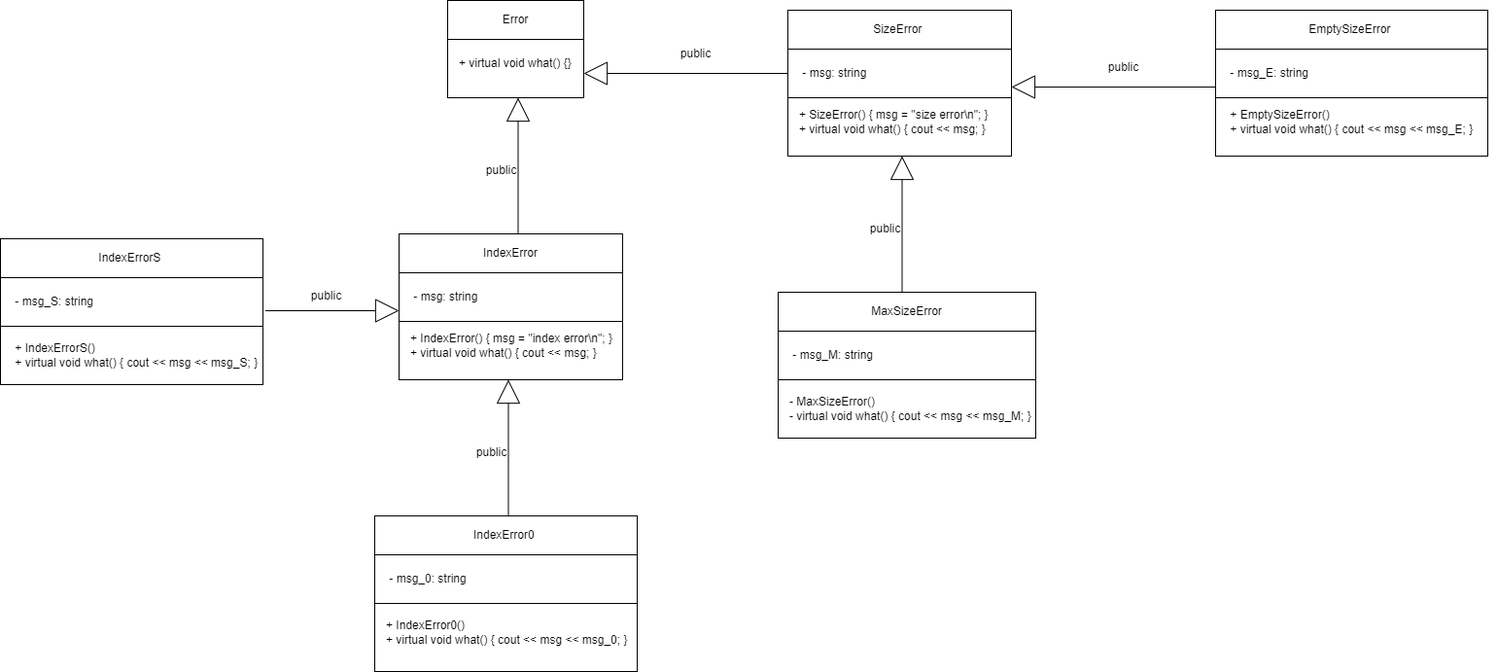
Above: 2 Семестр/Class/Лаба 9/Лаба 9 Классы.png in IlyaFedoseev227/LABS-PNRPU-IVT-22-1b (draw.io), before the change. Source tidied: cells renumbered, new cells last; positions are measured from the earlier drawing's top-left corner, leaving out a move shared by most shapes.
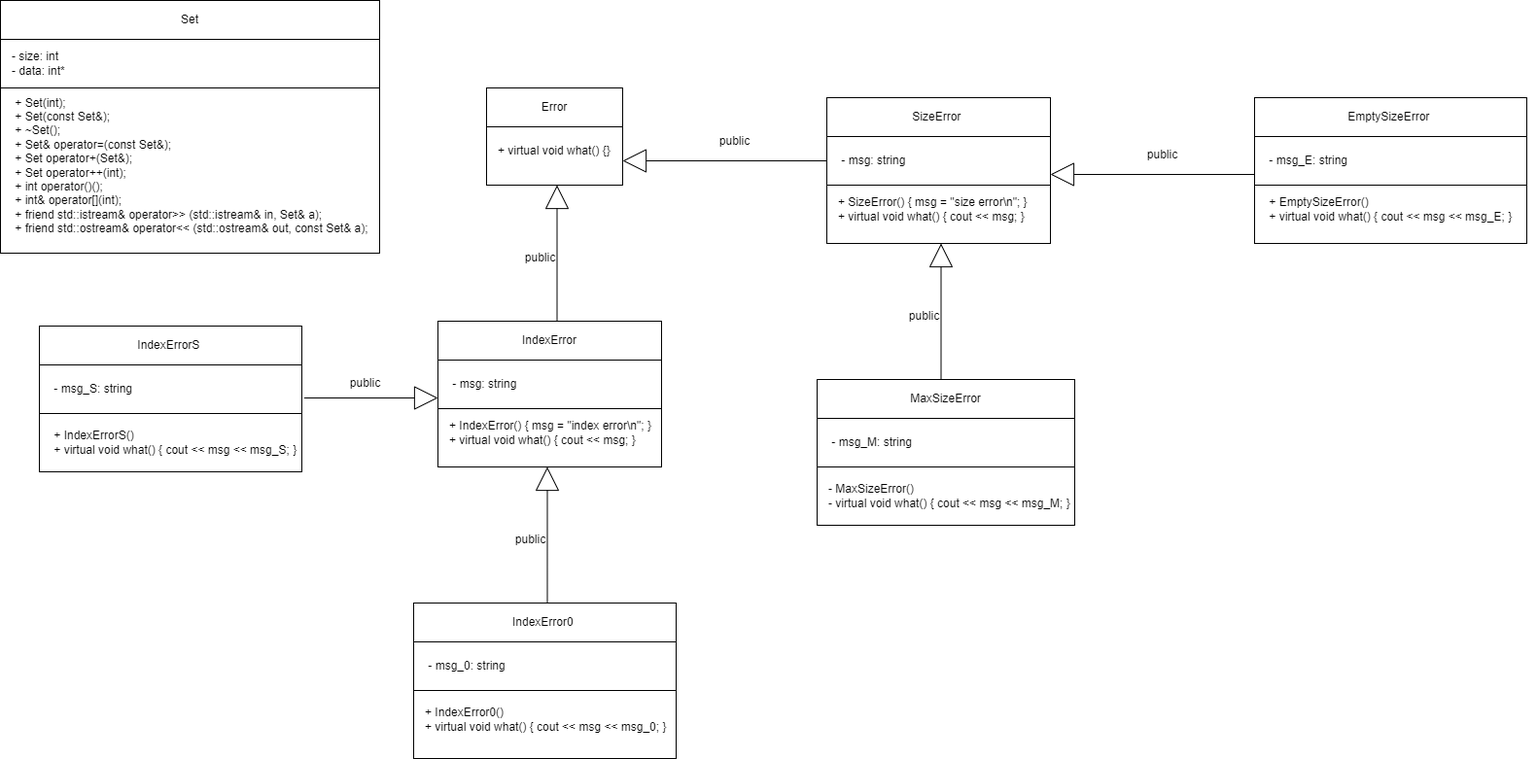
After the change.

Change to the diagram source:
```diff
@@ -152,5 +152,20 @@
     <mxCell id="46" value="public" style="text;html=1;align=center;verticalAlign=middle;strokeColor=none;fillColor=none;" parent="1" vertex="1">
       <mxGeometry x="310" y="289" width="50" height="30" as="geometry" />
     </mxCell>
+    <mxCell id="47" style="rounded=0;whiteSpace=wrap;html=1;" parent="1" vertex="1">
+      <mxGeometry x="-40" y="-90" width="390" height="260" as="geometry" />
+    </mxCell>
+    <mxCell id="48" value="Set" style="rounded=0;whiteSpace=wrap;html=1;" parent="1" vertex="1">
+      <mxGeometry x="-40" y="-90" width="390" height="40" as="geometry" />
+    </mxCell>
+    <mxCell id="49" value="&lt;div&gt;&amp;nbsp; &amp;nbsp; + Set(int);&lt;span style=&quot;&quot;&gt;&lt;/span&gt;&lt;/div&gt;&lt;div&gt;&lt;span style=&quot;&quot;&gt;&lt;span style=&quot;&quot;&gt;&lt;span style=&quot;white-space: pre;&quot;&gt;&amp;nbsp;&amp;nbsp;&amp;nbsp;&amp;nbsp;+ &lt;/span&gt;&lt;/span&gt;Set(const Set&amp;amp;);&lt;/span&gt;&lt;/div&gt;&lt;div&gt;&lt;span style=&quot;&quot;&gt;&lt;span style=&quot;&quot;&gt;&lt;span style=&quot;white-space: pre;&quot;&gt;&amp;nbsp;&amp;nbsp;&amp;nbsp;&amp;nbsp;+ &lt;/span&gt;&lt;/span&gt;~Set();&lt;/span&gt;&lt;/div&gt;&lt;div&gt;&lt;span style=&quot;&quot;&gt;&lt;span style=&quot;&quot;&gt;&lt;span style=&quot;white-space: pre;&quot;&gt;&amp;nbsp;&amp;nbsp;&amp;nbsp;&amp;nbsp;+ &lt;/span&gt;&lt;/span&gt;Set&amp;amp; operator=(const Set&amp;amp;);&lt;/span&gt;&lt;/div&gt;&lt;div&gt;&lt;span style=&quot;&quot;&gt;&lt;span style=&quot;&quot;&gt;&lt;span style=&quot;white-space: pre;&quot;&gt;&amp;nbsp;&amp;nbsp;&amp;nbsp;&amp;nbsp;+ &lt;/span&gt;&lt;/span&gt;Set operator+(Set&amp;amp;);&lt;/span&gt;&lt;/div&gt;&lt;div&gt;&lt;span style=&quot;&quot;&gt;&lt;span style=&quot;&quot;&gt;&lt;span style=&quot;white-space: pre;&quot;&gt;&amp;nbsp;&amp;nbsp;&amp;nbsp;&amp;nbsp;+ &lt;/span&gt;&lt;/span&gt;Set operator++(int);&lt;/span&gt;&lt;/div&gt;&lt;div&gt;&lt;span style=&quot;&quot;&gt;&lt;span style=&quot;&quot;&gt;&lt;span style=&quot;white-space: pre;&quot;&gt;&amp;nbsp;&amp;nbsp;&amp;nbsp;&amp;nbsp;+ &lt;/span&gt;&lt;/span&gt;int operator()();&lt;/span&gt;&lt;/div&gt;&lt;div&gt;&lt;span style=&quot;&quot;&gt;&lt;span style=&quot;&quot;&gt;&lt;span style=&quot;white-space: pre;&quot;&gt;&amp;nbsp;&amp;nbsp;&amp;nbsp;&amp;nbsp;+ &lt;/span&gt;&lt;/span&gt;int&amp;amp; operator[](int);&lt;/span&gt;&lt;/div&gt;&lt;div&gt;&lt;span style=&quot;&quot;&gt;&lt;span style=&quot;&quot;&gt;&lt;span style=&quot;white-space: pre;&quot;&gt;&amp;nbsp;&amp;nbsp;&amp;nbsp;&amp;nbsp;+ &lt;/span&gt;&lt;/span&gt;friend std::istream&amp;amp; operator&amp;gt;&amp;gt; (std::istream&amp;amp; in, Set&amp;amp; a);&lt;/span&gt;&lt;/div&gt;&lt;div&gt;&lt;span style=&quot;&quot;&gt;&lt;span style=&quot;&quot;&gt;&lt;span style=&quot;white-space: pre;&quot;&gt;&amp;nbsp;&amp;nbsp;&amp;nbsp;&amp;nbsp;+ &lt;/span&gt;&lt;/span&gt;friend std::ostream&amp;amp; operator&amp;lt;&amp;lt; (std::ostream&amp;amp; out, const Set&amp;amp; a);&lt;/span&gt;&lt;/div&gt;" style="text;html=1;align=left;verticalAlign=middle;strokeColor=none;fillColor=none;" parent="1" vertex="1">
+      <mxGeometry x="-40" width="400" height="160" as="geometry" />
+    </mxCell>
+    <mxCell id="50" style="rounded=0;whiteSpace=wrap;html=1;" parent="1" vertex="1">
+      <mxGeometry x="-40" y="-50" width="390" height="50" as="geometry" />
+    </mxCell>
+    <mxCell id="51" value="&lt;div&gt;- size:&amp;nbsp;&lt;span style=&quot;background-color: initial;&quot;&gt;int&lt;/span&gt;&lt;/div&gt;&lt;div&gt;- data: int*&lt;span style=&quot;&quot;&gt;&lt;/span&gt;&lt;/div&gt;" style="text;html=1;align=left;verticalAlign=middle;strokeColor=none;fillColor=none;" parent="1" vertex="1">
+      <mxGeometry x="-30" y="-45" width="80" height="40" as="geometry" />
+    </mxCell>
   </root>
 </mxGraphModel>
```
